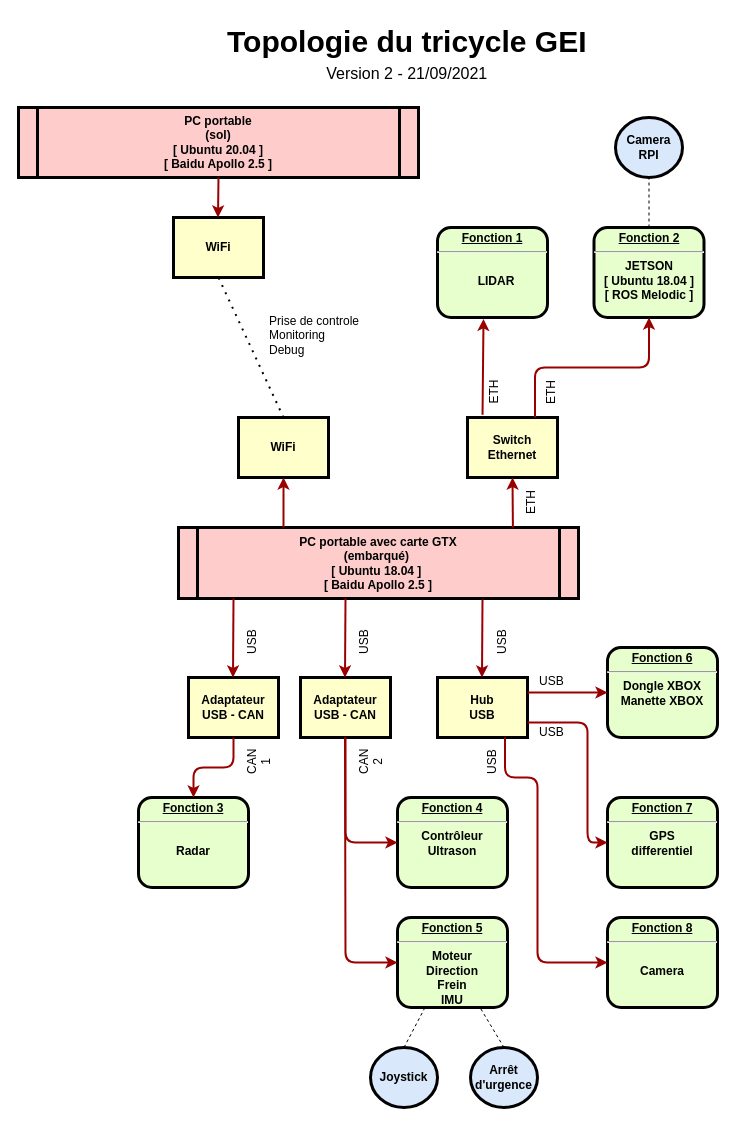
Before: documentation/topologie.drawio in pehladik/geicar, a draw.io diagram. Source tidied: cells renumbered, new cells numbered last; positions are measured from the earlier drawing's top-left corner, leaving out a move shared by most shapes. Both pictures are drawn from the tidied source at 100%, with x=0, y=0 at pixel (18, 17).
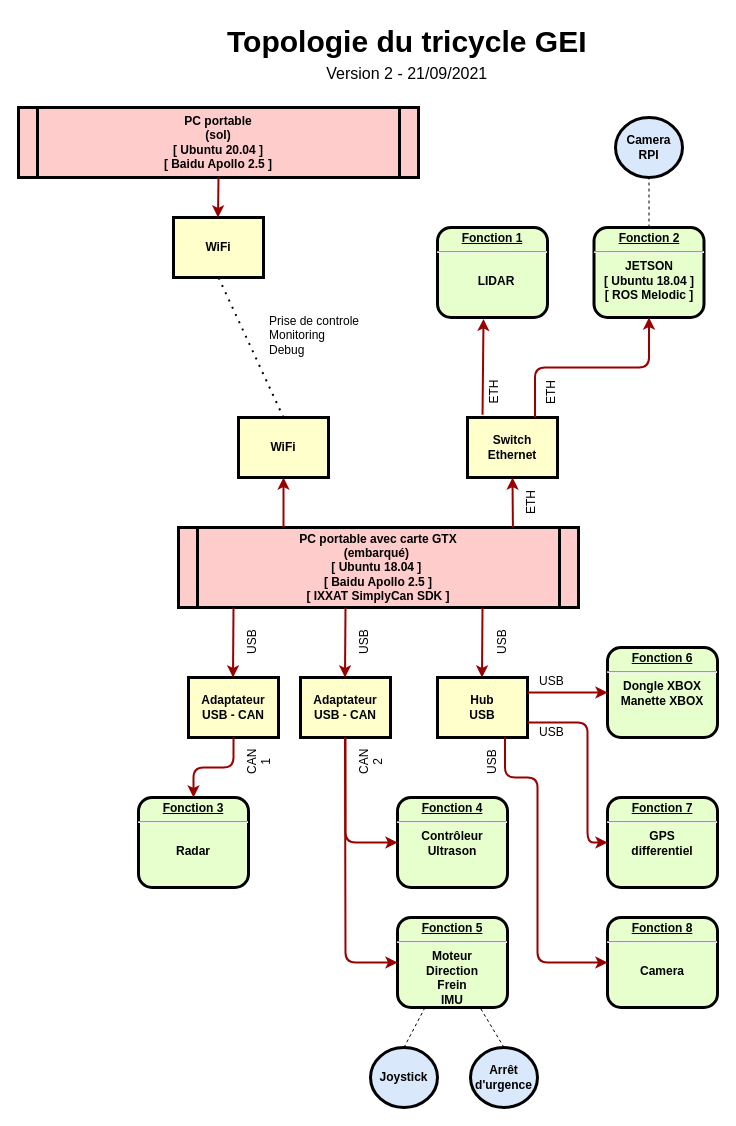
Above is the later version.

Commit message (it also covers changes not shown here):
Correction mineure dans la documentation

Unchanged cells that the change refers to:
```xml
<mxCell id="7" value="Hub&#10; USB" style="whiteSpace=wrap;align=center;verticalAlign=middle;fontStyle=1;strokeWidth=3;fillColor=#FFFFCC;" parent="1" vertex="1">
  <mxGeometry x="419" y="660" width="90" height="60" as="geometry" />
</mxCell>
<mxCell id="8" value="Adaptateur USB - CAN" style="whiteSpace=wrap;align=center;verticalAlign=middle;fontStyle=1;strokeWidth=3;fillColor=#FFFFCC;" parent="1" vertex="1">
  <mxGeometry x="170" y="660" width="90" height="60" as="geometry" />
</mxCell>
<mxCell id="11" value="Adaptateur USB - CAN" style="whiteSpace=wrap;align=center;verticalAlign=middle;fontStyle=1;strokeWidth=3;fillColor=#FFFFCC;" parent="1" vertex="1">
  <mxGeometry x="282" y="660" width="90" height="60" as="geometry" />
</mxCell>
```

What changed in the source:
```diff
@@
-    <mxCell id="3" value="PC portable avec carte GTX &#10;(embarqué) &#10;[ Ubuntu 18.04 ] &#10;[ Baidu Apollo 2.5 ]" style="shape=process;whiteSpace=wrap;align=center;verticalAlign=middle;size=0.0475;fontStyle=1;strokeWidth=3;fillColor=#FFCCCC;" parent="1" vertex="1">
-      <mxGeometry x="160" y="510" width="400" height="71" as="geometry" />
+    <mxCell id="3" value="PC portable avec carte GTX &#10;(embarqué) &#10;[ Ubuntu 18.04 ] &#10;[ Baidu Apollo 2.5 ]&#10;[ IXXAT SimplyCan SDK ]" style="shape=process;whiteSpace=wrap;align=center;verticalAlign=middle;size=0.0475;fontStyle=1;strokeWidth=3;fillColor=#FFCCCC;" parent="1" vertex="1">
+      <mxGeometry x="160" y="510" width="400" height="80" as="geometry" />
     </mxCell>
@@
     <mxCell id="9" style="edgeStyle=elbowEdgeStyle;elbow=horizontal;strokeColor=#990000;strokeWidth=2;entryX=0.5;entryY=0;entryDx=0;entryDy=0;" parent="1" edge="1" target="8">
       <mxGeometry relative="1" as="geometry">
-        <mxPoint x="215" y="581" as="sourcePoint" />
+        <mxPoint x="215" y="590" as="sourcePoint" />
         <Array as="points">
           <mxPoint x="214.5" y="615" />
         </Array>
       </mxGeometry>
     </mxCell>
@@
     <mxCell id="12" style="edgeStyle=elbowEdgeStyle;elbow=horizontal;strokeColor=#990000;strokeWidth=2;entryX=0.5;entryY=0;entryDx=0;entryDy=0;" parent="1" edge="1" target="11">
       <mxGeometry relative="1" as="geometry">
-        <mxPoint x="327" y="581" as="sourcePoint" />
+        <mxPoint x="327" y="590" as="sourcePoint" />
         <Array as="points">
           <mxPoint x="326.5" y="615" />
         </Array>
       </mxGeometry>
     </mxCell>
@@
     <mxCell id="21" style="edgeStyle=elbowEdgeStyle;elbow=horizontal;strokeColor=#990000;strokeWidth=2;entryX=0.5;entryY=0;entryDx=0;entryDy=0;" parent="1" edge="1" target="7">
       <mxGeometry relative="1" as="geometry">
-        <mxPoint x="464" y="582" as="sourcePoint" />
+        <mxPoint x="464" y="590" as="sourcePoint" />
         <Array as="points">
           <mxPoint x="463.5" y="615" />
         </Array>
       </mxGeometry>
     </mxCell>
```
